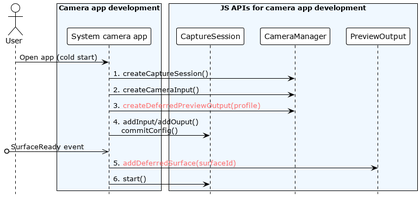
Earlier version of the PlantUML export en/application-dev/media/camera/figures/deferred-surface-sequence-diagram.png (openharmony/docs).
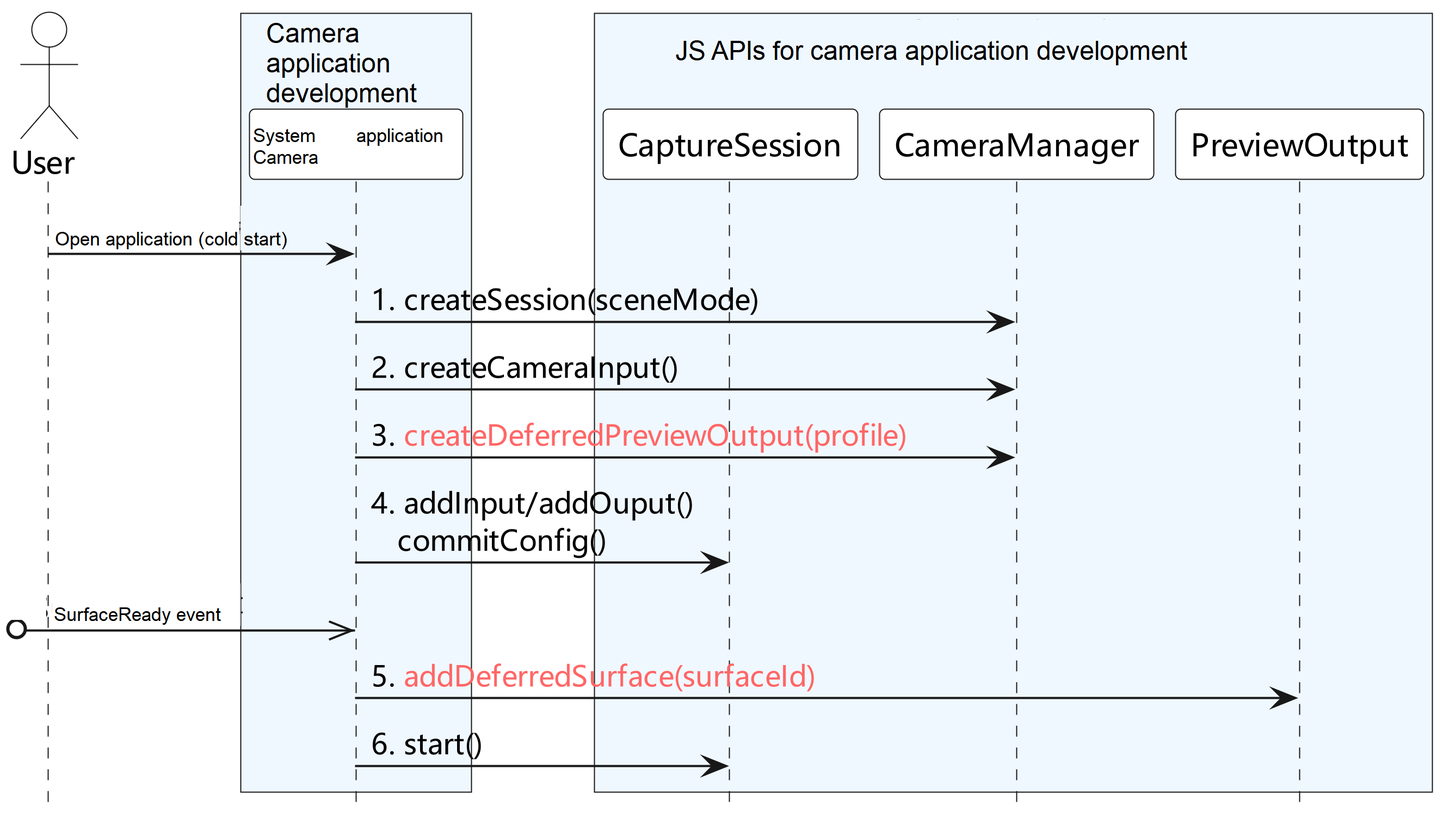
Later version of the same file.

The edit, as a diff of the source:
```diff
@@ -1,28 +1,29 @@
 @startuml
-
-!theme plain
+skinparam DefaultFontName Microsoft YaHei
+scale 2
+scale 13500 width
+scale 4096 height
 
 hide footbox
 
-actor User as user
+actor User as user #White
 
-box "Camera app development" #AliceBlue
-participant "System camera app" as app
+box "相机应用开发" #AliceBlue
+participant 系统相机应用 as app #White
 end box
 
-box "JS APIs for camera app development" #AliceBlue
-participant CaptureSession as cs
-participant CameraManager as cm
-
-participant PreviewOutput as po
+box "相机应用开发JS接口" #AliceBlue
+participant CaptureSession as cs #White
+participant CameraManager as cm #White
+participant PreviewOutput as po #White
 end box
 
-user -> app: Open app (cold start)
-app -> cm: 1. createCaptureSession()
+user -> app: 打开应用（冷启动）
+app -> cm: 1. createSession(sceneMode)
 app -> cm: 2. createCameraInput()
 app -> cm: 3. <color #FF6666>createDeferredPreviewOutput(profile)</color>
 app -> cs: 4. addInput/addOuput()\n   commitConfig()
-[o->>app: SurfaceReady event
+[o->>app: SurfaceReady事件
 app -> po: 5. <color #FF6666>addDeferredSurface(surfaceId)</color>
 app -> cs: 6. start()
 
@@ -31,9 +32,4 @@
 
 
 
-
-
-
-
-
 @enduml
```
